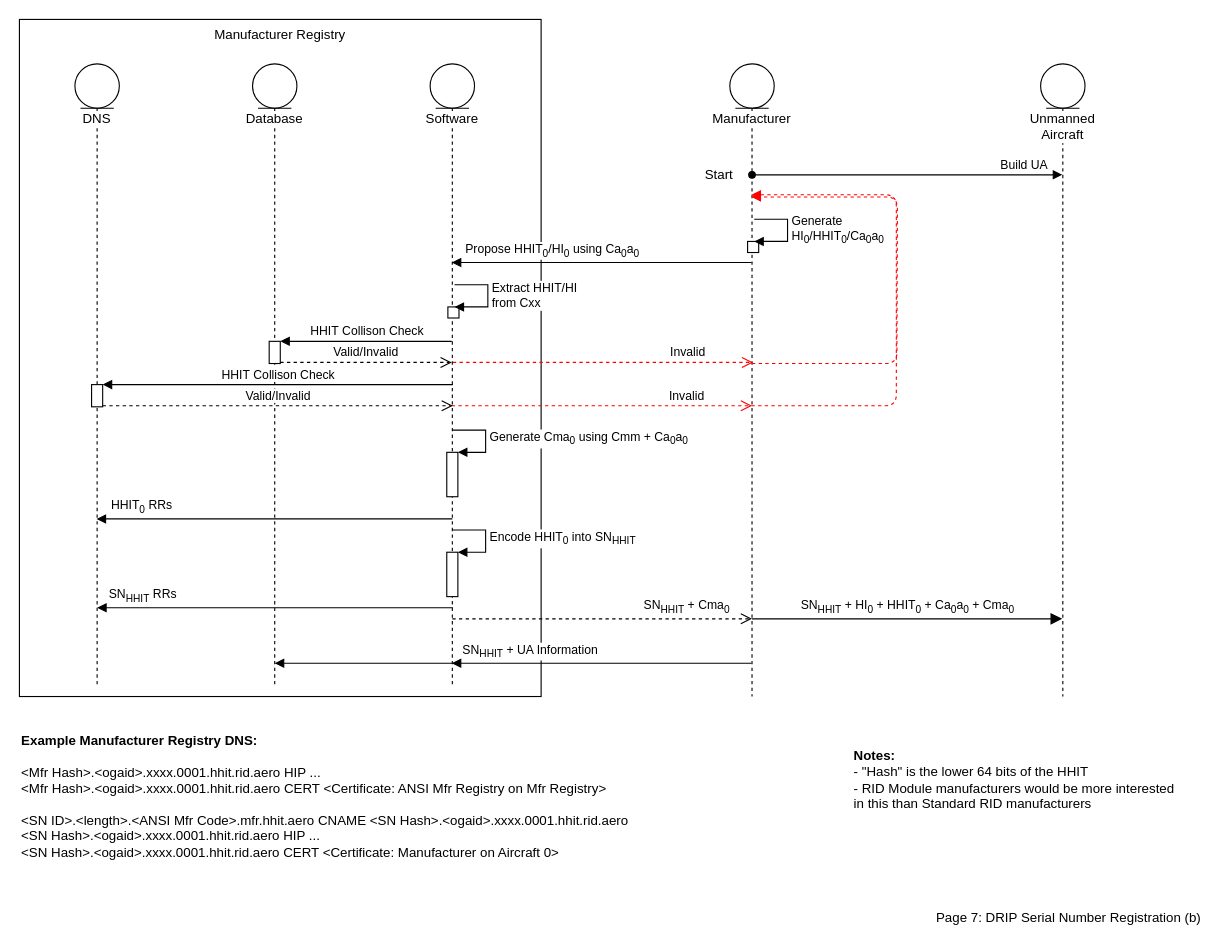
The draw.io diagram page "(c) DRIP SN Registration Mfg" (7 of 16) of docs/registry-z-diagrams.drawio in ietf-wg-drip/draft-ietf-drip-registries, before the edit. Source tidied: cells renumbered, new cells numbered last; positions are measured from the earlier drawing's top-left corner, leaving out a move shared by most shapes. Both pictures are drawn from the tidied source at 111%, with x=0, y=0 at pixel (19, 19).
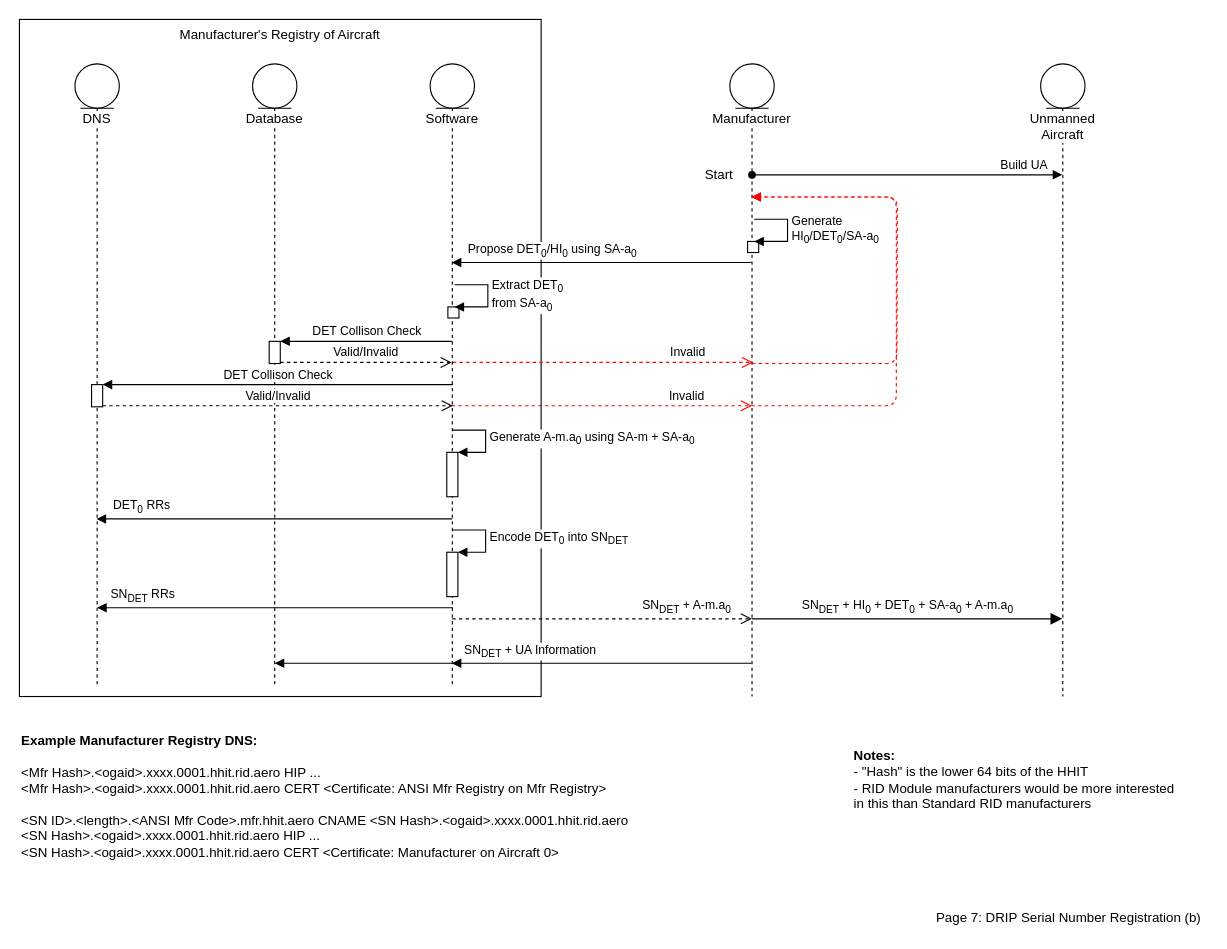
The same page after the edit.

The change refers to these unchanged cells:
```xml
<mxCell id="3" value="Manufacturer" style="shape=umlLifeline;participant=umlEntity;perimeter=lifelinePerimeter;whiteSpace=wrap;html=1;verticalAlign=top;spacingTop=36;outlineConnect=0;labelBackgroundColor=#ffffff;" parent="1" vertex="1">
  <mxGeometry x="640" y="40" width="40" height="570" as="geometry" />
</mxCell>
<mxCell id="5" value="Unmanned Aircraft" style="shape=umlLifeline;participant=umlEntity;perimeter=lifelinePerimeter;whiteSpace=wrap;html=1;verticalAlign=top;spacingTop=36;outlineConnect=0;labelBackgroundColor=#ffffff;" parent="1" vertex="1">
  <mxGeometry x="920" y="40" width="40" height="570" as="geometry" />
</mxCell>
<mxCell id="6" value="DNS" style="shape=umlLifeline;participant=umlEntity;perimeter=lifelinePerimeter;whiteSpace=wrap;html=1;verticalAlign=top;spacingTop=36;outlineConnect=0;labelBackgroundColor=#ffffff;labelBorderColor=none;" parent="1" vertex="1">
  <mxGeometry x="50" y="40" width="40" height="560" as="geometry" />
</mxCell>
<mxCell id="7" style="html=1;points=[];perimeter=orthogonalPerimeter;labelBackgroundColor=#ffffff;strokeColor=#000000;align=center;" parent="6" vertex="1">
  <mxGeometry x="15" y="289" width="10" height="20" as="geometry" />
</mxCell>
<mxCell id="8" value="Software" style="shape=umlLifeline;participant=umlEntity;perimeter=lifelinePerimeter;whiteSpace=wrap;html=1;verticalAlign=top;spacingTop=36;outlineConnect=0;labelBackgroundColor=#ffffff;" parent="1" vertex="1">
  <mxGeometry x="370" y="40" width="40" height="560" as="geometry" />
</mxCell>
<mxCell id="9" style="html=1;points=[];perimeter=orthogonalPerimeter;" parent="8" vertex="1">
  <mxGeometry x="15" y="350" width="10" height="40" as="geometry" />
</mxCell>
<mxCell id="12" style="html=1;points=[];perimeter=orthogonalPerimeter;" parent="8" vertex="1">
  <mxGeometry x="15" y="440" width="10" height="40" as="geometry" />
</mxCell>
<mxCell id="20" style="html=1;points=[];perimeter=orthogonalPerimeter;shadow=0;fillColor=#FFFFFF;" parent="1" vertex="1">
  <mxGeometry x="656" y="200" width="10" height="10" as="geometry" />
</mxCell>
<mxCell id="26" style="html=1;points=[];perimeter=orthogonalPerimeter;labelBackgroundColor=#ffffff;strokeColor=#000000;align=center;" parent="1" vertex="1">
  <mxGeometry x="225" y="290" width="10" height="20" as="geometry" />
</mxCell>
<mxCell id="36" style="html=1;points=[];perimeter=orthogonalPerimeter;shadow=0;fillColor=#FFFFFF;" parent="1" vertex="1">
  <mxGeometry x="386" y="259" width="10" height="10" as="geometry" />
</mxCell>
```

The edit, as a diff of the source:
```diff
@@
-    <mxCell id="2" value="Manufacturer Registry" style="rounded=0;whiteSpace=wrap;html=1;verticalAlign=top;shadow=0;fillColor=#FFFFFF;" parent="1" vertex="1">
+    <mxCell id="2" value="Manufacturer's Registry of Aircraft" style="rounded=0;whiteSpace=wrap;html=1;verticalAlign=top;shadow=0;fillColor=#FFFFFF;" parent="1" vertex="1">
       <mxGeometry width="470" height="610" as="geometry" />
     </mxCell>
@@
-    <mxCell id="10" value="Generate Cma&lt;sub&gt;0&lt;/sub&gt;&amp;nbsp;using Cmm + Ca&lt;sub&gt;0&lt;/sub&gt;a&lt;sub&gt;0&lt;/sub&gt;" style="edgeStyle=orthogonalEdgeStyle;html=1;align=left;spacingLeft=2;endArrow=block;rounded=0;entryX=1;entryY=0;" parent="8" edge="1" target="9">
+    <mxCell id="10" value="Generate A-m.a&lt;sub&gt;0&lt;/sub&gt;&amp;nbsp;using SA-m + SA-a&lt;sub&gt;0&lt;/sub&gt;" style="edgeStyle=orthogonalEdgeStyle;html=1;align=left;spacingLeft=2;endArrow=block;rounded=0;entryX=1;entryY=0;" parent="8" edge="1" target="9">
       <mxGeometry relative="1" as="geometry">
         <mxPoint x="20" y="330" as="sourcePoint" />
         <Array as="points">
           <mxPoint x="50" y="330" />
         </Array>
       </mxGeometry>
     </mxCell>
-    <mxCell id="11" value="HHIT&lt;sub&gt;0&lt;/sub&gt; RRs" style="html=1;verticalAlign=bottom;endArrow=block;" parent="8" edge="1" target="6">
+    <mxCell id="11" value="DET&lt;sub&gt;0&lt;/sub&gt; RRs" style="html=1;verticalAlign=bottom;endArrow=block;" parent="8" edge="1" target="6">
       <mxGeometry x="0.75" relative="1" as="geometry">
         <mxPoint x="20" y="410" as="sourcePoint" />
       </mxGeometry>
     </mxCell>
@@
-    <mxCell id="13" value="Encode HHIT&lt;sub&gt;0&lt;/sub&gt;&amp;nbsp;into SN&lt;sub&gt;HHIT&lt;/sub&gt;" style="edgeStyle=orthogonalEdgeStyle;html=1;align=left;spacingLeft=2;endArrow=block;rounded=0;entryX=1;entryY=0;" parent="8" edge="1" target="12">
+    <mxCell id="13" value="Encode DET&lt;sub&gt;0&lt;/sub&gt;&amp;nbsp;into SN&lt;sub&gt;DET&lt;/sub&gt;" style="edgeStyle=orthogonalEdgeStyle;html=1;align=left;spacingLeft=2;endArrow=block;rounded=0;entryX=1;entryY=0;" parent="8" edge="1" target="12">
       <mxGeometry relative="1" as="geometry">
         <mxPoint x="20" y="420" as="sourcePoint" />
         <Array as="points">
           <mxPoint x="50" y="420" />
         </Array>
       </mxGeometry>
     </mxCell>
-    <mxCell id="14" value="Propose HHIT&lt;sub&gt;0&lt;/sub&gt;/HI&lt;sub&gt;0&lt;/sub&gt;&amp;nbsp;using&amp;nbsp;&lt;span style=&quot;text-align: left&quot;&gt;Ca&lt;/span&gt;&lt;sub style=&quot;text-align: left&quot;&gt;0&lt;/sub&gt;&lt;span style=&quot;text-align: left&quot;&gt;a&lt;/span&gt;&lt;sub style=&quot;text-align: left&quot;&gt;0&lt;/sub&gt;" style="html=1;verticalAlign=bottom;endArrow=block;" parent="1" edge="1">
+    <mxCell id="14" value="Propose DET&lt;sub&gt;0&lt;/sub&gt;/HI&lt;sub&gt;0&lt;/sub&gt;&amp;nbsp;using SA-&lt;span style=&quot;text-align: left&quot;&gt;a&lt;/span&gt;&lt;sub style=&quot;text-align: left&quot;&gt;0&lt;/sub&gt;" style="html=1;verticalAlign=bottom;endArrow=block;" parent="1" edge="1">
       <mxGeometry x="0.33" relative="1" as="geometry">
         <mxPoint x="659.5" y="219" as="sourcePoint" />
         <mxPoint x="389.5" y="219" as="targetPoint" />
         <Array as="points">
           <mxPoint x="620" y="219" />
         </Array>
       </mxGeometry>
     </mxCell>
@@
-    <mxCell id="16" value="SN&lt;sub&gt;HHIT&lt;/sub&gt; RRs" style="html=1;verticalAlign=bottom;endArrow=block;" parent="1" edge="1">
+    <mxCell id="16" value="SN&lt;sub&gt;DET&lt;/sub&gt; RRs" style="html=1;verticalAlign=bottom;endArrow=block;" parent="1" edge="1">
       <mxGeometry x="0.75" relative="1" as="geometry">
         <mxPoint x="390.5" y="530" as="sourcePoint" />
         <mxPoint x="70" y="530" as="targetPoint" />
       </mxGeometry>
     </mxCell>
-    <mxCell id="17" value="SN&lt;sub&gt;HHIT&lt;/sub&gt;&amp;nbsp;+ Cma&lt;sub&gt;0&lt;/sub&gt;" style="html=1;verticalAlign=bottom;endArrow=open;dashed=1;endSize=8;" parent="1" edge="1">
+    <mxCell id="17" value="SN&lt;sub&gt;DET&lt;/sub&gt;&amp;nbsp;+ A-m.a&lt;sub&gt;0&lt;/sub&gt;" style="html=1;verticalAlign=bottom;endArrow=open;dashed=1;endSize=8;" parent="1" edge="1">
       <mxGeometry x="0.56" relative="1" as="geometry">
         <mxPoint x="390" y="540" as="sourcePoint" />
         <mxPoint x="660" y="540" as="targetPoint" />
       </mxGeometry>
     </mxCell>
-    <mxCell id="18" value="SN&lt;sub&gt;HHIT&lt;/sub&gt; + UA Information" style="html=1;verticalAlign=bottom;endArrow=block;" parent="1" edge="1" source="3" target="8">
+    <mxCell id="18" value="SN&lt;sub&gt;DET&lt;/sub&gt; + UA Information" style="html=1;verticalAlign=bottom;endArrow=block;" parent="1" edge="1" source="3" target="8">
       <mxGeometry x="0.48" relative="1" as="geometry">
         <Array as="points">
           <mxPoint x="550" y="580" />
         </Array>
       </mxGeometry>
     </mxCell>
-    <mxCell id="19" style="html=1;verticalAlign=bottom;endArrow=block;dashed=1;strokeColor=#FF0000;" parent="1" edge="1">
+    <mxCell id="19" style="html=1;verticalAlign=bottom;endArrow=block;dashed=1;strokeColor=#FF0000;" parent="1" edge="1" target="3">
       <mxGeometry x="-0.72" y="-110" relative="1" as="geometry">
         <mxPoint x="659.5" y="348" as="sourcePoint" />
-        <mxPoint x="659.5" y="158" as="targetPoint" />
         <Array as="points">
           <mxPoint x="790" y="348" />
-          <mxPoint x="790" y="158" />
-          <mxPoint x="720" y="158" />
+          <mxPoint x="790" y="160" />
         </Array>
       </mxGeometry>
     </mxCell>
@@
-    <mxCell id="21" value="&lt;div&gt;Generate &lt;br&gt;&lt;/div&gt;&lt;div&gt;HI&lt;sub&gt;0&lt;/sub&gt;/HHIT&lt;sub&gt;0&lt;/sub&gt;/Ca&lt;sub&gt;0&lt;/sub&gt;a&lt;sub&gt;0&lt;/sub&gt;&lt;/div&gt;" style="edgeStyle=orthogonalEdgeStyle;html=1;align=left;spacingLeft=2;endArrow=block;rounded=0;entryX=0.6;entryY=0;entryDx=0;entryDy=0;entryPerimeter=0;" parent="1" edge="1" target="20">
+    <mxCell id="21" value="&lt;div&gt;Generate &lt;br&gt;&lt;/div&gt;&lt;div&gt;HI&lt;sub&gt;0&lt;/sub&gt;/DET&lt;sub&gt;0&lt;/sub&gt;/SA-a&lt;sub&gt;0&lt;/sub&gt;&lt;/div&gt;" style="edgeStyle=orthogonalEdgeStyle;html=1;align=left;spacingLeft=2;endArrow=block;rounded=0;entryX=0.6;entryY=0;entryDx=0;entryDy=0;entryPerimeter=0;" parent="1" edge="1" target="20">
       <mxGeometry relative="1" as="geometry">
         <mxPoint x="662" y="180" as="sourcePoint" />
         <Array as="points">
           <mxPoint x="692" y="180" />
           <mxPoint x="692" y="200" />
         </Array>
       </mxGeometry>
     </mxCell>
-    <mxCell id="22" value="SN&lt;sub&gt;HHIT&lt;/sub&gt;&amp;nbsp;+ HI&lt;sub&gt;0&lt;/sub&gt; + HHIT&lt;sub&gt;0&lt;/sub&gt; + Ca&lt;sub&gt;0&lt;/sub&gt;a&lt;sub&gt;0&lt;/sub&gt; + Cma&lt;sub&gt;0&lt;/sub&gt;" style="html=1;verticalAlign=bottom;endArrow=block;endSize=8;endFill=1;" parent="1" edge="1" target="5">
+    <mxCell id="22" value="SN&lt;sub&gt;DET&lt;/sub&gt;&amp;nbsp;+ HI&lt;sub&gt;0&lt;/sub&gt; + DET&lt;sub&gt;0&lt;/sub&gt; + SA-a&lt;sub&gt;0&lt;/sub&gt;&amp;nbsp;+ A-m.a&lt;sub&gt;0&lt;/sub&gt;" style="html=1;verticalAlign=bottom;endArrow=block;endSize=8;endFill=1;" parent="1" edge="1" target="5">
       <mxGeometry relative="1" as="geometry">
         <mxPoint x="660" y="540" as="sourcePoint" />
       </mxGeometry>
     </mxCell>
@@
-    <mxCell id="28" value="HHIT&amp;nbsp;Collison Check" style="html=1;verticalAlign=bottom;endArrow=block;entryX=1;entryY=0;strokeColor=#000000;" parent="1" edge="1" target="26">
+    <mxCell id="28" value="DET Collison Check" style="html=1;verticalAlign=bottom;endArrow=block;entryX=1;entryY=0;strokeColor=#000000;" parent="1" edge="1" target="26">
       <mxGeometry relative="1" as="geometry">
         <mxPoint x="389.5" y="290" as="sourcePoint" />
       </mxGeometry>
     </mxCell>
@@
-    <mxCell id="33" value="HHIT&amp;nbsp;Collison Check" style="html=1;verticalAlign=bottom;endArrow=block;entryX=1;entryY=0;strokeColor=#000000;" parent="1" edge="1" target="7">
+    <mxCell id="33" value="DET Collison Check" style="html=1;verticalAlign=bottom;endArrow=block;entryX=1;entryY=0;strokeColor=#000000;" parent="1" edge="1" target="7">
       <mxGeometry relative="1" as="geometry">
         <mxPoint x="390.5" y="329" as="sourcePoint" />
       </mxGeometry>
     </mxCell>
@@
-    <mxCell id="37" value="&lt;div&gt;Extract HHIT/HI&lt;/div&gt;&lt;div&gt;from Cxx&lt;/div&gt;" style="edgeStyle=orthogonalEdgeStyle;html=1;align=left;spacingLeft=2;endArrow=block;rounded=0;entryX=0.6;entryY=0;entryDx=0;entryDy=0;entryPerimeter=0;" parent="1" edge="1" target="36">
+    <mxCell id="37" value="&lt;div&gt;Extract DET&lt;sub&gt;0&lt;/sub&gt;&lt;/div&gt;&lt;div&gt;from SA-a&lt;sub&gt;0&lt;/sub&gt;&lt;/div&gt;" style="edgeStyle=orthogonalEdgeStyle;html=1;align=left;spacingLeft=2;endArrow=block;rounded=0;entryX=0.6;entryY=0;entryDx=0;entryDy=0;entryPerimeter=0;" parent="1" edge="1" target="36">
       <mxGeometry relative="1" as="geometry">
         <mxPoint x="392" y="239" as="sourcePoint" />
         <Array as="points">
           <mxPoint x="422" y="239" />
           <mxPoint x="422" y="259" />
         </Array>
       </mxGeometry>
     </mxCell>
```
